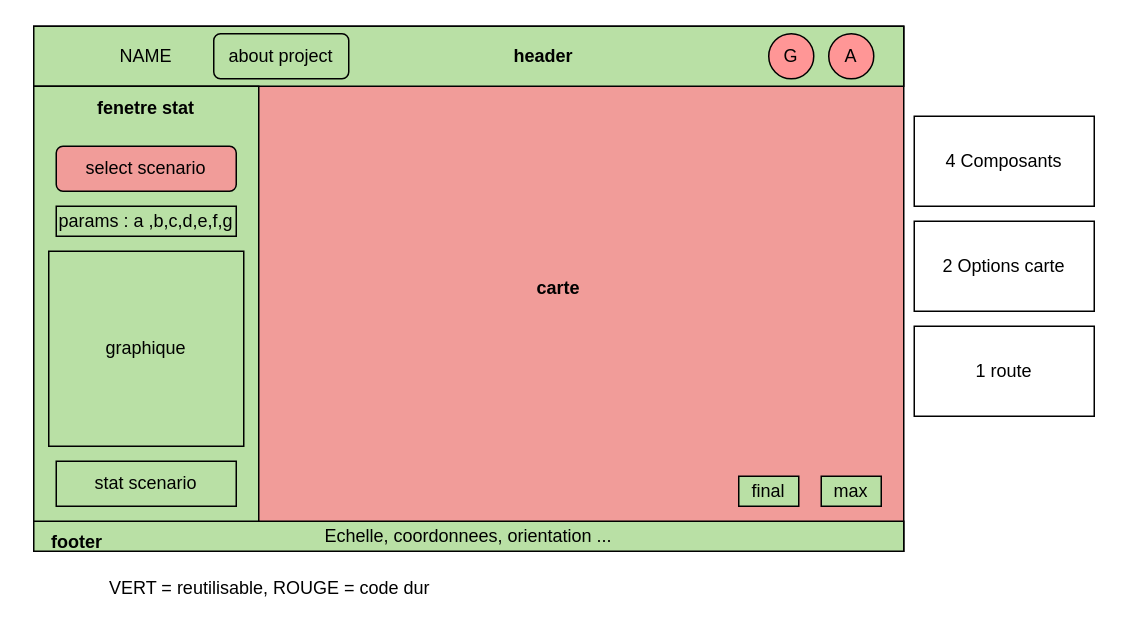
This is page "Model site_SPA" (3 of 5) of UML_diagrams.drawio from IlonaBaran/oracles, a draw.io file, before an edit. Source tidied: cells renumbered, new cells numbered last; positions are measured from the earlier drawing's top-left corner, leaving out a move shared by most shapes. Both pictures are drawn from the tidied source at 150%, with x=0, y=0 at pixel (26, 26).
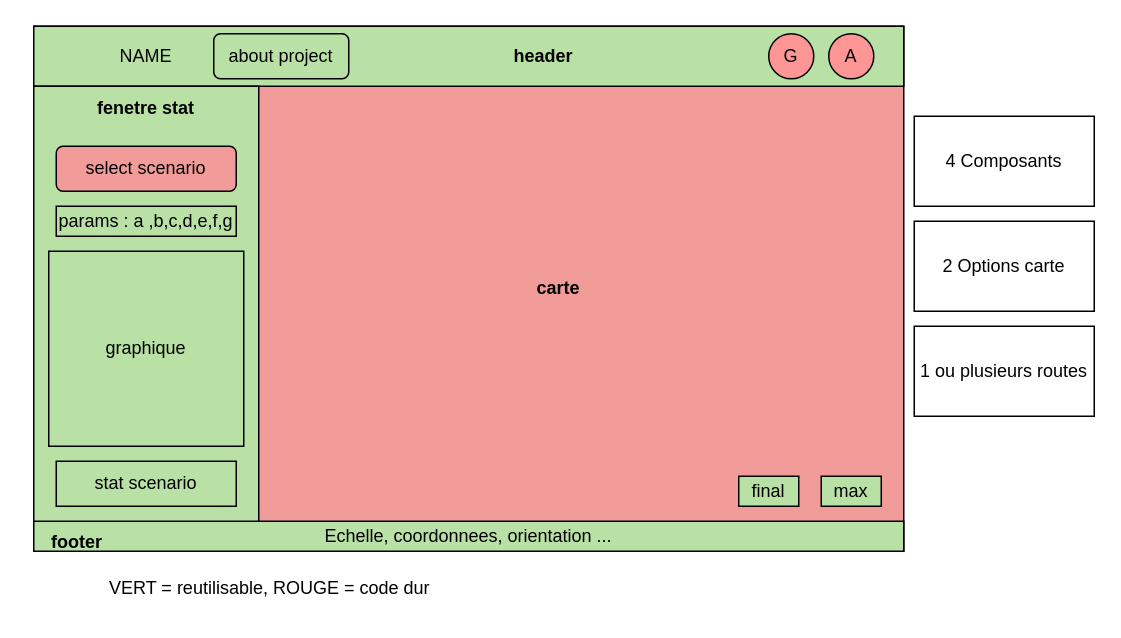
The same diagram, later.

What changed in the source:
```diff
@@
-    <mxCell id="22" value="1 route" style="whiteSpace=wrap;html=1;" parent="1" vertex="1">
+    <mxCell id="22" value="&lt;div&gt;1 ou plusieurs routes&lt;/div&gt;" style="whiteSpace=wrap;html=1;" parent="1" vertex="1">
       <mxGeometry x="592" y="200" width="120" height="60" as="geometry" />
     </mxCell>
```
